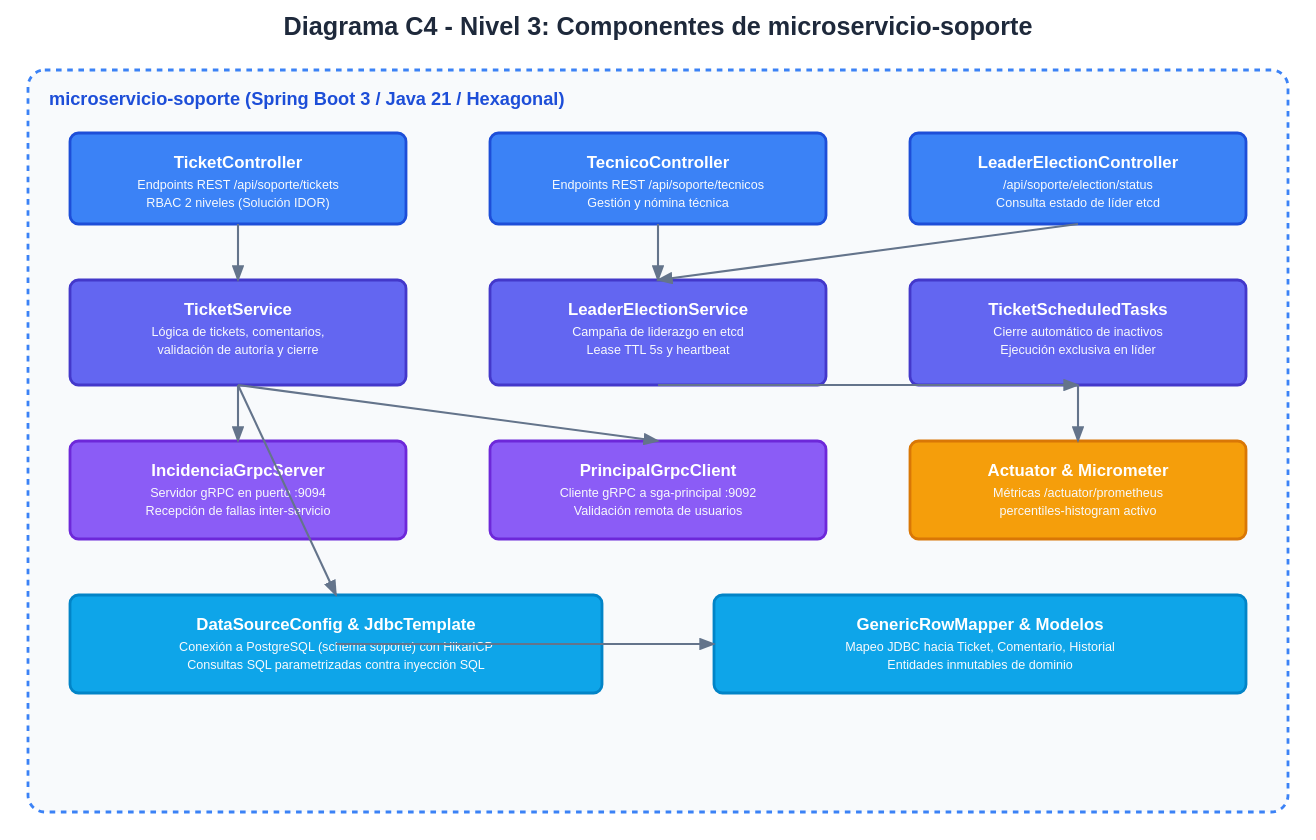
Before: Informe-E4_BCEL/c4_nivel3_componentes.svg, a diagram exported from PlantUML (gleiston-guerrero/acadtrace). Its source is kept beside it as docs/diagrams/c4_nivel3_componentes.puml.
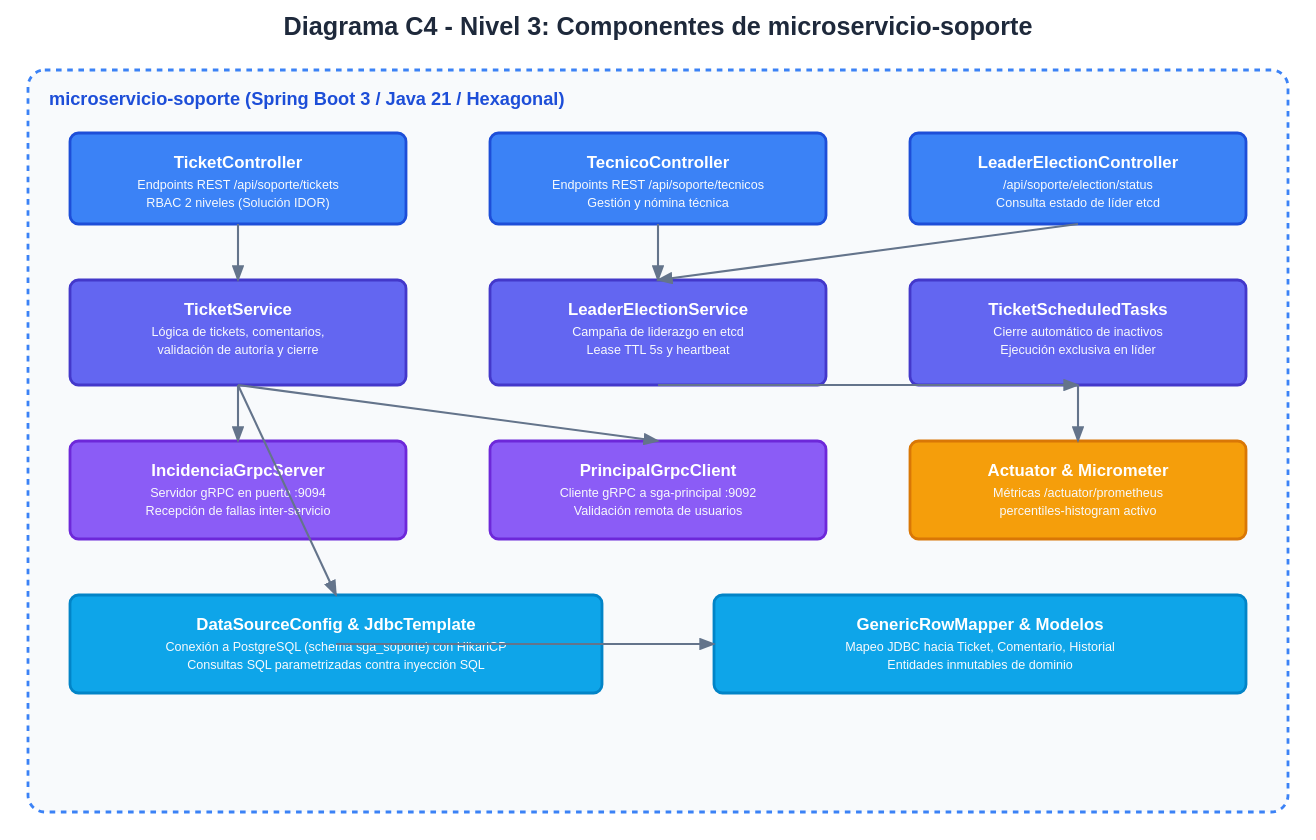
The same diagram one commit later.

Diff of the diagram source:
```diff
@@ -19,13 +19,13 @@
     Component(principal_client, "PrincipalGrpcClient", "gRPC Client", "Conecta con sga-principal:9092 para validar existencia y roles de usuarios.")
 
     Component(jwt_filter, "JwtAuthenticationFilter", "Spring Security / JJWT", "Intercepta peticiones REST, valida firma HMAC-SHA256 y extrae roles.")
-    Component(datasource_config, "DataSourceConfig & JdbcTemplate", "Spring Data JDBC / HikariCP", "Pool de conexiones y acceso optimizado a PostgreSQL schema soporte.")
+    Component(datasource_config, "DataSourceConfig & JdbcTemplate", "Spring Data JDBC / HikariCP", "Pool de conexiones y acceso optimizado a PostgreSQL schema sga_soporte.")
     Component(mapper, "GenericRowMapper", "JDBC Helper", "Mapeo reflexivo de ResultSets hacia entidades Ticket y TicketComentario.")
 
     Component(actuator_micrometer, "Actuator & Micrometer Prometheus", "Spring Boot Actuator", "Exporta métricas en /actuator/prometheus con percentiles-histogram activado.")
 }
 
-ContainerDb(db, "PostgreSQL (Schema soporte)", "Base de Datos Relacional", "Tablas: tickets, ticket_comentarios, tecnicos, historial_estados.")
+ContainerDb(db, "PostgreSQL (Schema sga_soporte)", "Base de Datos Relacional", "Tablas evidenciadas: tickets, comentarios, historial_ticket.")
 ContainerDb(etcd, "etcd Raft Clúster", "Clúster Clave-Valor", "Clave /sga/leader para exclusión mutua de tareas.")
 Container(gateway, "HAProxy Gateway", "Reverse Proxy", "Enruta peticiones de clientes autorizados.")
 Container(prom, "Prometheus", "Monitoreo", "Recolecta métricas cada 15 segundos.")
@@ -49,7 +49,7 @@
 Rel(ticket_service, datasource_config, "Ejecuta consultas SQL seguras", "In-Process")
 Rel(tecnico_service, datasource_config, "Ejecuta consultas SQL seguras", "In-Process")
 Rel(datasource_config, mapper, "Mapea tuplas a objetos Java", "In-Process")
-Rel(datasource_config, db, "Consultas parametrizadas sobre schema soporte", "JDBC :5432")
+Rel(datasource_config, db, "Consultas parametrizadas sobre schema sga_soporte", "JDBC DB_PORT (5433)")
 
 Rel(prom, actuator_micrometer, "Scrapea /actuator/prometheus", "HTTP :5178")
 
```
